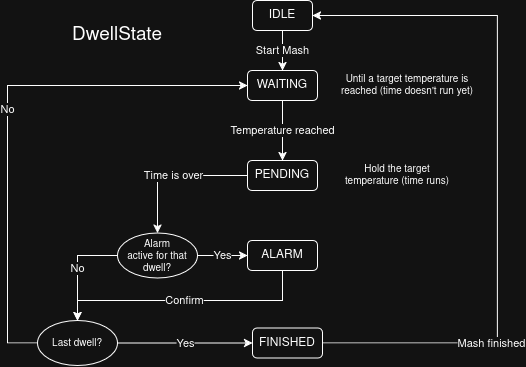
mvx-320/brewery_heating_control keeps this draw.io diagram as docs/pictures/DwellStateGraph.drawio.png. Above is the earlier version. Source tidied: cells renumbered, new cells last; positions are measured from the earlier drawing's top-left corner, leaving out a move shared by most shapes. Its diagram source:
```xml
<mxGraphModel>
  <root>
    <mxCell id="0" />
    <mxCell id="1" parent="0" />
    <mxCell id="2" value="&lt;div&gt;Start Mash&lt;/div&gt;" style="edgeStyle=orthogonalEdgeStyle;rounded=0;jettySize=auto;html=1;defaultLabelBackgroundColor=gap;" parent="1" edge="1" source="3" target="10">
      <mxGeometry relative="1" as="geometry" />
    </mxCell>
    <mxCell id="3" value="IDLE" style="rounded=1;whiteSpace=wrap;html=1;roundedPerimeter=1;" parent="1" vertex="1">
      <mxGeometry x="245" width="60" height="30" as="geometry" />
    </mxCell>
    <mxCell id="4" value="DwellState" style="text;html=1;whiteSpace=wrap;strokeColor=none;fillColor=none;align=center;verticalAlign=middle;rounded=0;fontSize=19;" parent="1" vertex="1">
      <mxGeometry x="80" y="20" width="60" height="30" as="geometry" />
    </mxCell>
    <mxCell id="5" value="&lt;div&gt;Time is over&lt;/div&gt;" style="edgeStyle=orthogonalEdgeStyle;rounded=0;jettySize=auto;html=1;defaultLabelBackgroundColor=gap;entryX=0.5;entryY=0;entryDx=0;entryDy=0;" parent="1" edge="1" source="6" target="17">
      <mxGeometry relative="1" as="geometry" />
    </mxCell>
    <mxCell id="6" value="&lt;div&gt;PENDING&lt;/div&gt;" style="rounded=1;whiteSpace=wrap;html=1;roundedPerimeter=1;" parent="1" vertex="1">
      <mxGeometry x="240" y="160" width="70" height="30" as="geometry" />
    </mxCell>
    <mxCell id="7" value="&lt;div&gt;Confirm&lt;/div&gt;" style="edgeStyle=orthogonalEdgeStyle;rounded=0;jettySize=auto;html=1;entryX=0.5;entryY=0;entryDx=0;entryDy=0;defaultLabelBackgroundColor=gap;" parent="1" edge="1" source="8" target="20">
      <mxGeometry relative="1" as="geometry">
        <Array as="points">
          <mxPoint x="275" y="300" />
          <mxPoint x="70" y="300" />
        </Array>
      </mxGeometry>
    </mxCell>
    <mxCell id="8" value="&lt;div&gt;ALARM&lt;/div&gt;" style="rounded=1;whiteSpace=wrap;html=1;roundedPerimeter=1;" parent="1" vertex="1">
      <mxGeometry x="240" y="240" width="70" height="30" as="geometry" />
    </mxCell>
    <mxCell id="9" value="&lt;div&gt;Temperature reached&lt;/div&gt;" style="edgeStyle=orthogonalEdgeStyle;rounded=0;jettySize=auto;html=1;entryX=0.5;entryY=0;entryDx=0;entryDy=0;defaultLabelBackgroundColor=gap;" parent="1" edge="1" source="10" target="6">
      <mxGeometry relative="1" as="geometry" />
    </mxCell>
    <mxCell id="10" value="&lt;div&gt;WAITING&lt;/div&gt;" style="rounded=1;whiteSpace=wrap;html=1;roundedPerimeter=1;" parent="1" vertex="1">
      <mxGeometry x="240" y="70" width="70" height="30" as="geometry" />
    </mxCell>
    <mxCell id="11" value="Mash finished" style="edgeStyle=orthogonalEdgeStyle;rounded=0;jettySize=auto;html=1;entryX=1;entryY=0.5;entryDx=0;entryDy=0;defaultLabelBackgroundColor=gap;" parent="1" edge="1" source="12" target="3">
      <mxGeometry x="-0.51" relative="1" as="geometry">
        <Array as="points">
          <mxPoint x="490" y="342.5" />
          <mxPoint x="490" y="15" />
        </Array>
      </mxGeometry>
    </mxCell>
    <mxCell id="12" value="&lt;div&gt;FINISHED&lt;/div&gt;" style="rounded=1;whiteSpace=wrap;html=1;roundedPerimeter=1;" parent="1" vertex="1">
      <mxGeometry x="245" y="327.5" width="70" height="30" as="geometry" />
    </mxCell>
    <mxCell id="13" value="Until a target temperature is reached (time doesn't run yet)" style="text;html=1;whiteSpace=wrap;strokeColor=none;fillColor=none;align=center;verticalAlign=middle;rounded=0;fontSize=10;" parent="1" vertex="1">
      <mxGeometry x="325" y="70" width="150" height="30" as="geometry" />
    </mxCell>
    <mxCell id="14" value="&lt;div&gt;Hold the target temperature (time runs)&lt;/div&gt;" style="text;html=1;whiteSpace=wrap;strokeColor=none;fillColor=none;align=center;verticalAlign=middle;rounded=0;fontSize=10;" parent="1" vertex="1">
      <mxGeometry x="330" y="160" width="120" height="30" as="geometry" />
    </mxCell>
    <mxCell id="15" value="&lt;div&gt;Yes&lt;/div&gt;" style="edgeStyle=orthogonalEdgeStyle;rounded=0;jettySize=auto;html=1;entryX=0;entryY=0.5;entryDx=0;entryDy=0;defaultLabelBackgroundColor=gap;" parent="1" edge="1" source="17" target="8">
      <mxGeometry relative="1" as="geometry" />
    </mxCell>
    <mxCell id="16" value="No" style="edgeStyle=orthogonalEdgeStyle;rounded=0;jettySize=auto;html=1;entryX=0.5;entryY=0;entryDx=0;entryDy=0;defaultLabelBackgroundColor=gap;" parent="1" edge="1" source="17" target="20">
      <mxGeometry relative="1" as="geometry">
        <Array as="points">
          <mxPoint x="70" y="255" />
        </Array>
      </mxGeometry>
    </mxCell>
    <mxCell id="17" value="Alarm active for that dwell?" style="ellipse;whiteSpace=wrap;html=1;shapeInside=1;fontSize=10;" parent="1" vertex="1">
      <mxGeometry x="110" y="232.5" width="80" height="45" as="geometry" />
    </mxCell>
    <mxCell id="18" value="&lt;div&gt;Yes&lt;/div&gt;" style="edgeStyle=orthogonalEdgeStyle;rounded=0;jettySize=auto;html=1;entryX=0;entryY=0.5;entryDx=0;entryDy=0;defaultLabelBackgroundColor=gap;" parent="1" edge="1" source="20" target="12">
      <mxGeometry relative="1" as="geometry" />
    </mxCell>
    <mxCell id="19" value="No" style="edgeStyle=orthogonalEdgeStyle;rounded=0;jettySize=auto;html=1;entryX=0;entryY=0.5;entryDx=0;entryDy=0;defaultLabelBackgroundColor=gap;" parent="1" edge="1" source="20" target="10">
      <mxGeometry relative="1" as="geometry">
        <Array as="points">
          <mxPoint y="342.5" />
          <mxPoint y="85" />
        </Array>
      </mxGeometry>
    </mxCell>
    <mxCell id="20" value="Last dwell?" style="ellipse;whiteSpace=wrap;html=1;shapeInside=1;fontSize=10;" parent="1" vertex="1">
      <mxGeometry x="30" y="320" width="80" height="45" as="geometry" />
    </mxCell>
  </root>
</mxGraphModel>
```
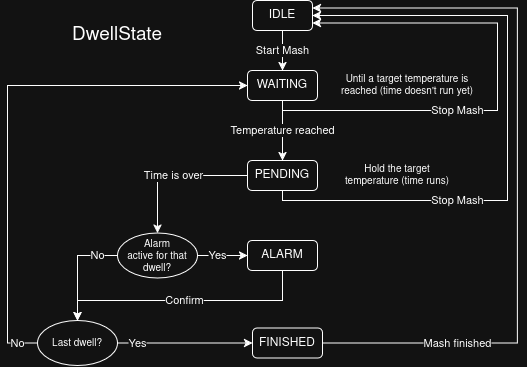
The same diagram one commit later.

Commit message:
Implement stop_mash() Updata DwellStateGraph Fix heat_val spacing in UI #44

What changed in the source:
```diff
@@ -14,6 +14,15 @@
     <mxCell id="5" value="&lt;div&gt;Time is over&lt;/div&gt;" style="edgeStyle=orthogonalEdgeStyle;rounded=0;jettySize=auto;html=1;defaultLabelBackgroundColor=gap;entryX=0.5;entryY=0;entryDx=0;entryDy=0;" parent="1" edge="1" source="6" target="17">
       <mxGeometry relative="1" as="geometry" />
     </mxCell>
+    <mxCell id="21" value="&lt;div&gt;Stop Mash&lt;/div&gt;" style="edgeStyle=orthogonalEdgeStyle;rounded=0;jettySize=auto;html=1;entryX=1;entryY=0.5;entryDx=0;entryDy=0;defaultLabelBackgroundColor=gap;" parent="1" edge="1" source="6" target="3">
+      <mxGeometry x="-0.4" relative="1" as="geometry">
+        <Array as="points">
+          <mxPoint x="275" y="200" />
+          <mxPoint x="500" y="200" />
+          <mxPoint x="500" y="15" />
+        </Array>
+      </mxGeometry>
+    </mxCell>
     <mxCell id="6" value="&lt;div&gt;PENDING&lt;/div&gt;" style="rounded=1;whiteSpace=wrap;html=1;roundedPerimeter=1;" parent="1" vertex="1">
       <mxGeometry x="240" y="160" width="70" height="30" as="geometry" />
     </mxCell>
@@ -31,14 +40,23 @@
     <mxCell id="9" value="&lt;div&gt;Temperature reached&lt;/div&gt;" style="edgeStyle=orthogonalEdgeStyle;rounded=0;jettySize=auto;html=1;entryX=0.5;entryY=0;entryDx=0;entryDy=0;defaultLabelBackgroundColor=gap;" parent="1" edge="1" source="10" target="6">
       <mxGeometry relative="1" as="geometry" />
     </mxCell>
+    <mxCell id="22" value="&lt;div&gt;Stop Mash&lt;/div&gt;" style="edgeStyle=orthogonalEdgeStyle;rounded=0;jettySize=auto;html=1;entryX=1;entryY=0.75;entryDx=0;entryDy=0;defaultLabelBackgroundColor=gap;" parent="1" edge="1" source="10" target="3">
+      <mxGeometry x="-0.26" relative="1" as="geometry">
+        <Array as="points">
+          <mxPoint x="275" y="110" />
+          <mxPoint x="490" y="110" />
+          <mxPoint x="490" y="22.5" />
+        </Array>
+      </mxGeometry>
+    </mxCell>
     <mxCell id="10" value="&lt;div&gt;WAITING&lt;/div&gt;" style="rounded=1;whiteSpace=wrap;html=1;roundedPerimeter=1;" parent="1" vertex="1">
       <mxGeometry x="240" y="70" width="70" height="30" as="geometry" />
     </mxCell>
-    <mxCell id="11" value="Mash finished" style="edgeStyle=orthogonalEdgeStyle;rounded=0;jettySize=auto;html=1;entryX=1;entryY=0.5;entryDx=0;entryDy=0;defaultLabelBackgroundColor=gap;" parent="1" edge="1" source="12" target="3">
-      <mxGeometry x="-0.51" relative="1" as="geometry">
+    <mxCell id="11" value="Mash finished" style="edgeStyle=orthogonalEdgeStyle;rounded=0;jettySize=auto;html=1;entryX=1;entryY=0.25;entryDx=0;entryDy=0;defaultLabelBackgroundColor=gap;" parent="1" edge="1" source="12" target="3">
+      <mxGeometry x="-0.63" relative="1" as="geometry">
         <Array as="points">
-          <mxPoint x="490" y="342.5" />
-          <mxPoint x="490" y="15" />
+          <mxPoint x="510" y="342.5" />
+          <mxPoint x="510" y="7.5" />
         </Array>
       </mxGeometry>
     </mxCell>
@@ -52,10 +70,10 @@
       <mxGeometry x="330" y="160" width="120" height="30" as="geometry" />
     </mxCell>
     <mxCell id="15" value="&lt;div&gt;Yes&lt;/div&gt;" style="edgeStyle=orthogonalEdgeStyle;rounded=0;jettySize=auto;html=1;entryX=0;entryY=0.5;entryDx=0;entryDy=0;defaultLabelBackgroundColor=gap;" parent="1" edge="1" source="17" target="8">
-      <mxGeometry relative="1" as="geometry" />
+      <mxGeometry x="-0.2" relative="1" as="geometry" />
     </mxCell>
     <mxCell id="16" value="No" style="edgeStyle=orthogonalEdgeStyle;rounded=0;jettySize=auto;html=1;entryX=0.5;entryY=0;entryDx=0;entryDy=0;defaultLabelBackgroundColor=gap;" parent="1" edge="1" source="17" target="20">
-      <mxGeometry relative="1" as="geometry">
+      <mxGeometry x="-0.62" relative="1" as="geometry">
         <Array as="points">
           <mxPoint x="70" y="255" />
         </Array>
@@ -65,10 +83,10 @@
       <mxGeometry x="110" y="232.5" width="80" height="45" as="geometry" />
     </mxCell>
     <mxCell id="18" value="&lt;div&gt;Yes&lt;/div&gt;" style="edgeStyle=orthogonalEdgeStyle;rounded=0;jettySize=auto;html=1;entryX=0;entryY=0.5;entryDx=0;entryDy=0;defaultLabelBackgroundColor=gap;" parent="1" edge="1" source="20" target="12">
-      <mxGeometry relative="1" as="geometry" />
+      <mxGeometry x="-0.7" relative="1" as="geometry" />
     </mxCell>
     <mxCell id="19" value="No" style="edgeStyle=orthogonalEdgeStyle;rounded=0;jettySize=auto;html=1;entryX=0;entryY=0.5;entryDx=0;entryDy=0;defaultLabelBackgroundColor=gap;" parent="1" edge="1" source="20" target="10">
-      <mxGeometry relative="1" as="geometry">
+      <mxGeometry x="-0.92" relative="1" as="geometry">
         <Array as="points">
           <mxPoint y="342.5" />
           <mxPoint y="85" />
```
